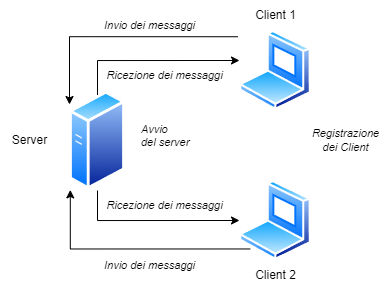
Earlier version of the draw.io export chat-client-server.drawio.png (elisayan/Chat-ClientServer-TCP). Source tidied: cells renumbered, new cells last; positions are measured from the earlier drawing's top-left corner, leaving out a move shared by most shapes.
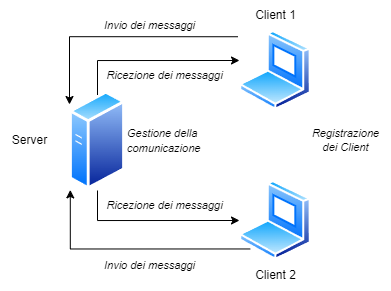
The same diagram one commit later.

The edit, as a diff of the source:
```diff
@@ -54,8 +54,8 @@
     <mxCell id="13" value="&lt;font style=&quot;font-size: 11px;&quot;&gt;Invio dei messaggi&lt;/font&gt;" style="text;html=1;align=center;verticalAlign=middle;strokeColor=none;fillColor=none;fontStyle=2;fontSize=10;" parent="1" vertex="1">
       <mxGeometry x="95" y="10" width="110" height="30" as="geometry" />
     </mxCell>
-    <mxCell id="14" value="&lt;font style=&quot;font-size: 11px;&quot;&gt;&lt;i style=&quot;&quot;&gt;Avvio&amp;nbsp;&lt;/i&gt;&lt;/font&gt;&lt;div style=&quot;font-size: 11px;&quot;&gt;&lt;i style=&quot;&quot;&gt;&lt;font style=&quot;font-size: 11px;&quot;&gt;del server&lt;/font&gt;&lt;/i&gt;&lt;/div&gt;" style="text;html=1;align=left;verticalAlign=middle;strokeColor=none;fillColor=none;" parent="1" vertex="1">
-      <mxGeometry x="140" y="115" width="70" height="40" as="geometry" />
+    <mxCell id="14" value="&lt;span style=&quot;font-size: 11px;&quot;&gt;&lt;i&gt;Gestione della&lt;/i&gt;&lt;/span&gt;&lt;div&gt;&lt;span style=&quot;font-size: 11px;&quot;&gt;&lt;i&gt;comunicazione&lt;/i&gt;&lt;/span&gt;&lt;/div&gt;" style="text;html=1;align=left;verticalAlign=middle;strokeColor=none;fillColor=none;" parent="1" vertex="1">
+      <mxGeometry x="126" y="120" width="100" height="40" as="geometry" />
     </mxCell>
     <mxCell id="15" value="&lt;span style=&quot;font-style: italic;&quot;&gt;&lt;font style=&quot;font-size: 11px;&quot;&gt;Ricezione dei messaggi&lt;/font&gt;&lt;/span&gt;" style="text;html=1;align=center;verticalAlign=middle;strokeColor=none;fillColor=none;" parent="1" vertex="1">
       <mxGeometry x="95" y="60" width="140" height="30" as="geometry" />
```
